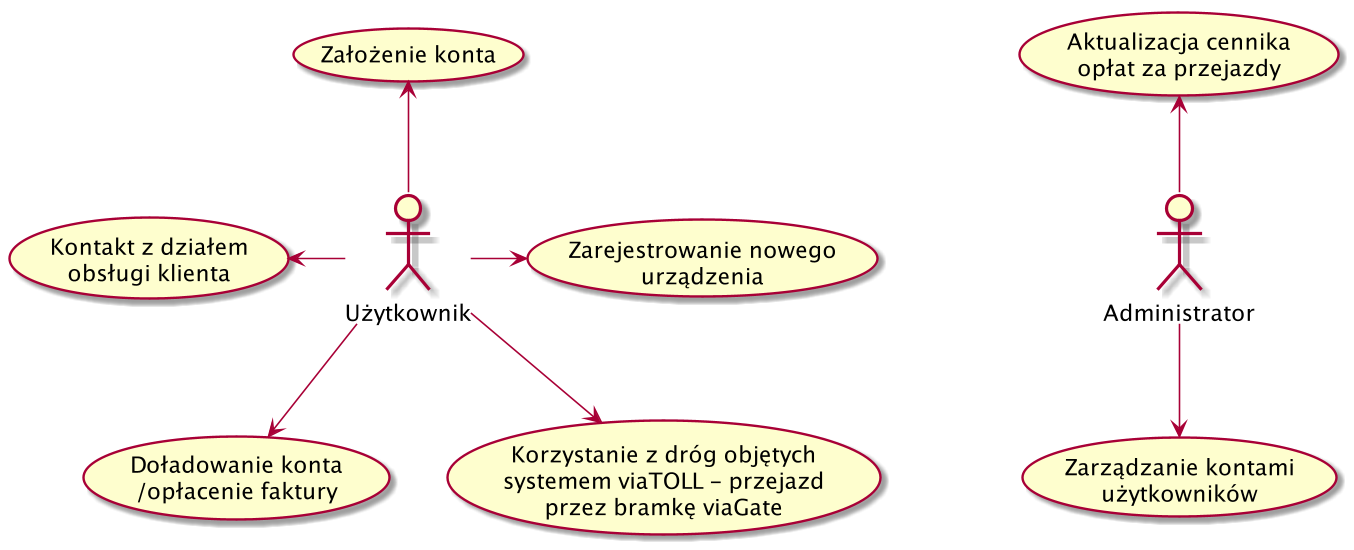
The PlantUML diagram diagrams/use_case.png in msieczko/viatoll, before a commit.
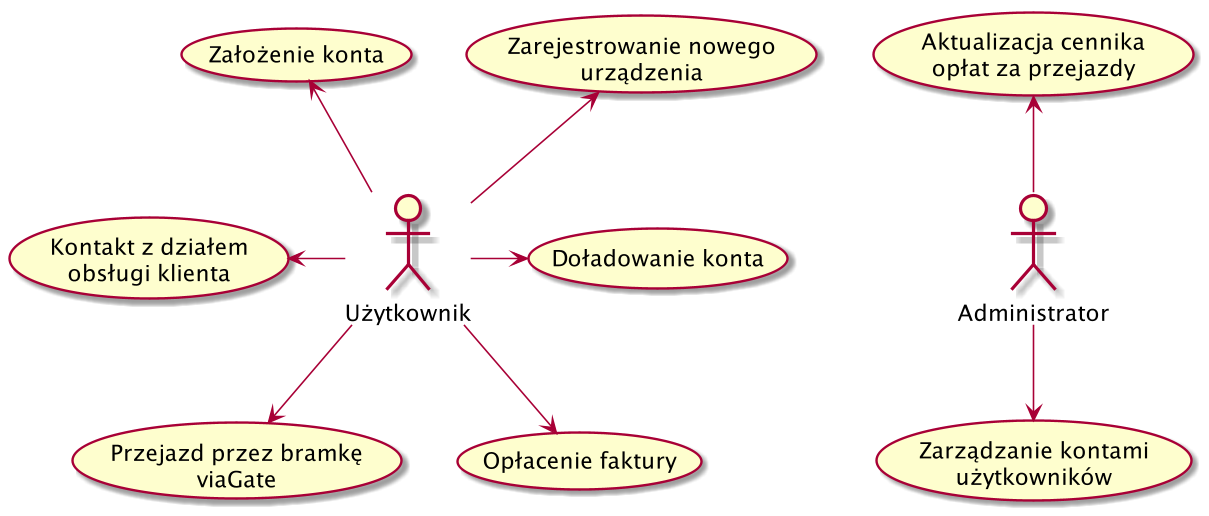
The same diagram one commit later.

Commit message:
Split use case regarding payments into two, shorten another use case

Diff of the diagram source:
```diff
@@ -3,10 +3,11 @@
 Administrator -u-> (Aktualizacja cennika\nopłat za przejazdy)
 Administrator -d-> (Zarządzanie kontami\nużytkowników)
 
+Użytkownik -u-> (Zarejestrowanie nowego\nurządzenia)
 Użytkownik -u-> (Założenie konta)
-Użytkownik -r-> (Zarejestrowanie nowego\nurządzenia)
-Użytkownik -d-> (Doładowanie konta\n/opłacenie faktury)
-Użytkownik -d-> (Korzystanie z dróg objętych\nsystemem viaTOLL - przejazd\nprzez bramkę viaGate)
+Użytkownik -r-> (Doładowanie konta)
+Użytkownik -d-> (Przejazd przez bramkę\nviaGate)
+Użytkownik -d-> (Opłacenie faktury)
 Użytkownik -l-> (Kontakt z działem\nobsługi klienta)
 
 @enduml
```
